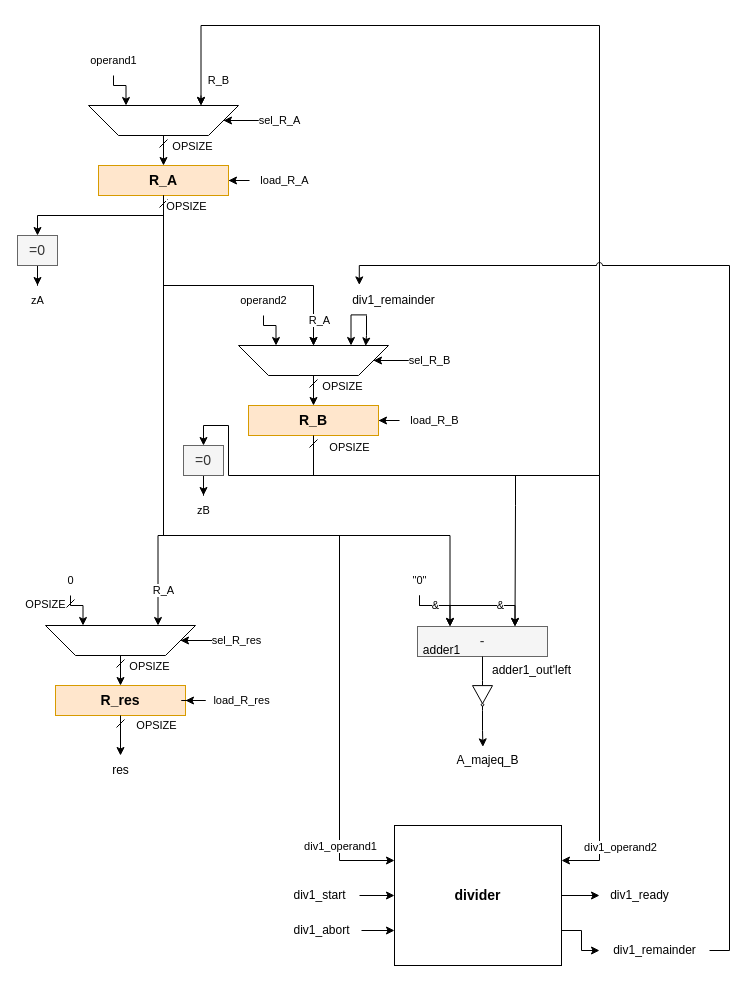
DavidTrevisan/calcolatori_elettronici_2025 keeps this draw.io diagram as page "mcd_dp" (7 of 7) of ASMcharts/ASM.drawio. Above is the earlier version. Source tidied: cells renumbered, new cells numbered last; positions are measured from the earlier drawing's top-left corner, leaving out a move shared by most shapes. Both pictures are drawn from the tidied source at 100%, with x=0, y=0 at pixel (17, 25).
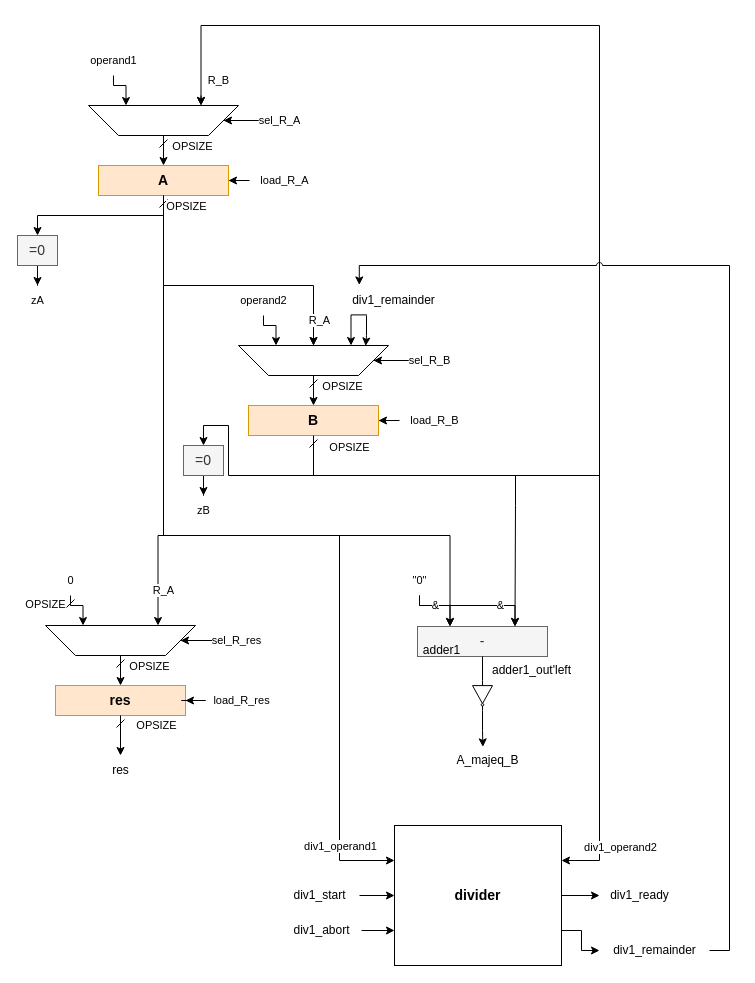
Above is the later version.

What changed in the source:
```diff
@@
-    <mxCell id="9" value="R_A" style="rounded=0;whiteSpace=wrap;html=1;fontFamily=Helvetica;fontSize=14;labelBackgroundColor=none;fillColor=#ffe6cc;strokeColor=#d79b00;fontStyle=1;" parent="1" vertex="1">
+    <mxCell id="9" value="A" style="rounded=0;whiteSpace=wrap;html=1;fontFamily=Helvetica;fontSize=14;labelBackgroundColor=none;fillColor=#ffe6cc;strokeColor=#d79b00;fontStyle=1;" parent="1" vertex="1">
       <mxGeometry x="81" y="140" width="130" height="30" as="geometry" />
     </mxCell>
@@
-    <mxCell id="27" value="R_B" style="rounded=0;whiteSpace=wrap;html=1;fontFamily=Helvetica;fontSize=14;labelBackgroundColor=none;fillColor=#ffe6cc;strokeColor=#d79b00;fontStyle=1;" parent="1" vertex="1">
+    <mxCell id="27" value="B" style="rounded=0;whiteSpace=wrap;html=1;fontFamily=Helvetica;fontSize=14;labelBackgroundColor=none;fillColor=#ffe6cc;strokeColor=#d79b00;fontStyle=1;" parent="1" vertex="1">
       <mxGeometry x="231" y="380" width="130" height="30" as="geometry" />
     </mxCell>
@@
-    <mxCell id="44" value="R_res" style="rounded=0;whiteSpace=wrap;html=1;fontFamily=Helvetica;fontSize=14;labelBackgroundColor=none;fillColor=#ffe6cc;strokeColor=#d79b00;fontStyle=1;" parent="1" vertex="1">
+    <mxCell id="44" value="res" style="rounded=0;whiteSpace=wrap;html=1;fontFamily=Helvetica;fontSize=14;labelBackgroundColor=none;fillColor=#ffe6cc;strokeColor=#d79b00;fontStyle=1;" parent="1" vertex="1">
       <mxGeometry x="38" y="660" width="130" height="30" as="geometry" />
     </mxCell>
```
